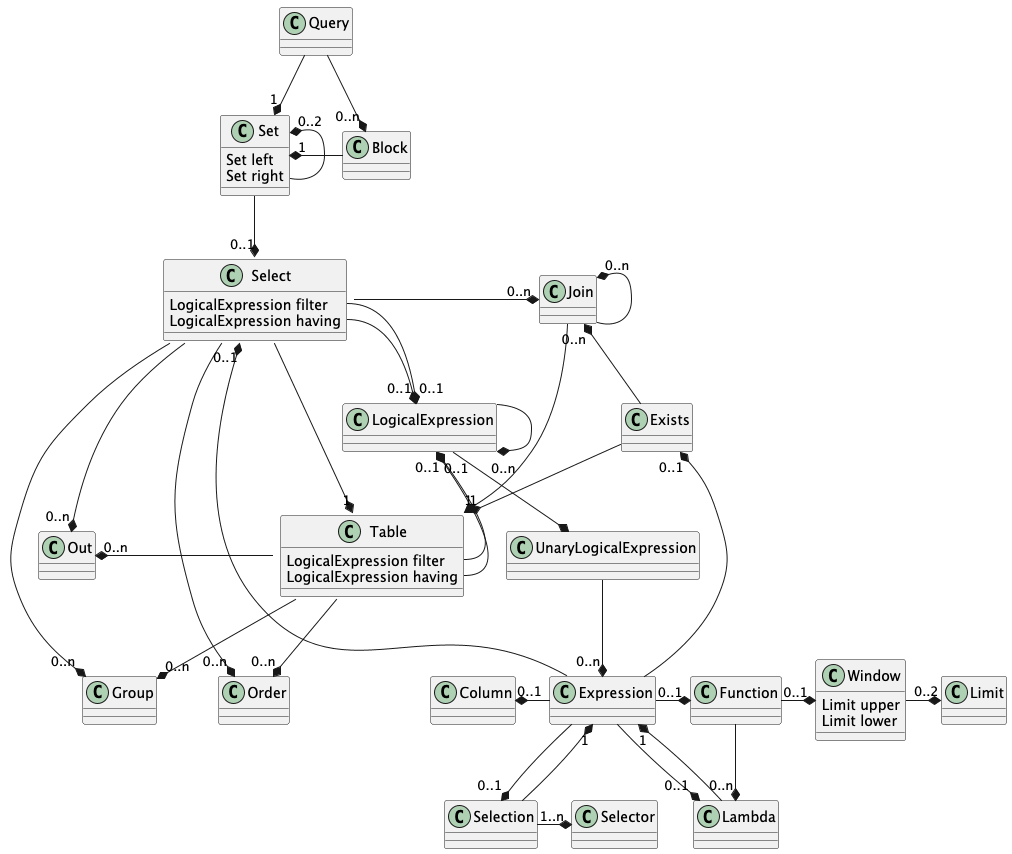
Before: docs/INTERMEDIATE_MODEL.png, a diagram exported from PlantUML (koryki-java/core).
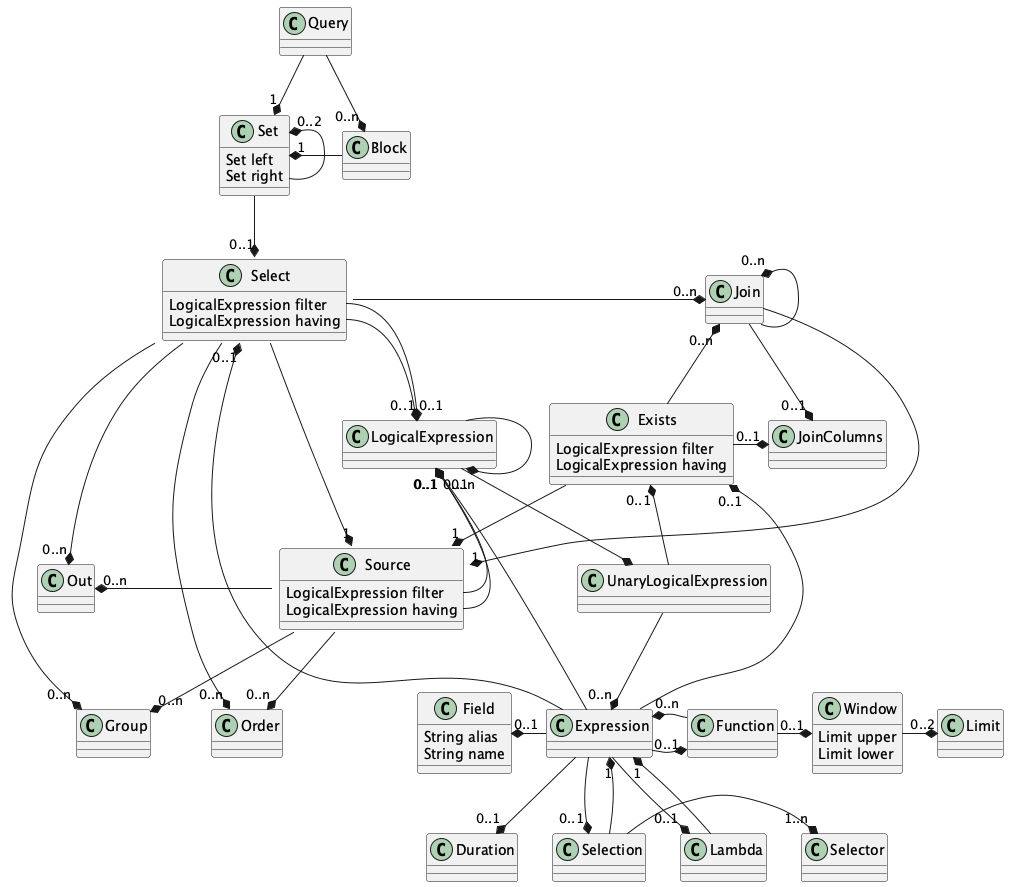
The same diagram one commit later.

Commit message:
the intermediate model diagram shows the beans as they are: Field and Source, Duration, JoinColumns, a function's arguments as expressions

Change to the diagram source:
```diff
@@ -3,10 +3,14 @@
 class Block {
 }
 
-class Column {
+class Field {
+String alias
+String name
 }
 
 class Exists {
+LogicalExpression filter
+LogicalExpression having
 }
 
 class Expression {
@@ -55,12 +59,18 @@
 Set right
 }
 
-class Table {
+class Source {
 LogicalExpression filter
 LogicalExpression having
 }
 
 class UnaryLogicalExpression {
+}
+
+class Duration {
+}
+
+class JoinColumns {
 }
 
 class Window {
@@ -78,7 +88,7 @@
 
 Query --* "1" Set
 
-Select -d-* "1" Table
+Select -d-* "1" Source
 
 Select -r-* "0..n" Join
 Select --* "0..n" Out
@@ -89,35 +99,40 @@
 Select::having -d-* "0..1" LogicalExpression
 
 Join -u-* "0..n" Join
-Join -d-* "1" Table
+Join -d-* "1" Source
+Join -r-* "0..1" JoinColumns
 
 Exists -u-* "0..n" Join
-Exists -d-* "1" Table
+Exists -d-* "1" Source
+Exists -r-* "0..1" JoinColumns
 
 
-Table -l-* "0..n" Out
-Table --* "0..n" Order
-Table --* "0..n" Group
+Source -l-* "0..n" Out
+Source --* "0..n" Order
+Source --* "0..n" Group
 
-Table::filter -l-* "0..1" LogicalExpression
-Table::having -l-* "0..1" LogicalExpression
+Source::filter -l-* "0..1" LogicalExpression
+Source::having -l-* "0..1" LogicalExpression
 
 LogicalExpression --* "0..n" LogicalExpression
 LogicalExpression -d-* UnaryLogicalExpression
 
 UnaryLogicalExpression --* "0..n" Expression
+UnaryLogicalExpression -u-* "0..1" Exists
 
-Expression -l-* "0..1" Column
+Expression -l-* "0..1" Field
 Expression -u-* "0..1" Select
 Expression -u-* "0..1" Exists
 Expression -r-* "0..1" Function
 Expression -d-* "0..1" Selection
 Expression -d-* "0..1" Lambda
+Expression -d-* "0..1" Duration
+Expression -u-* "0..1" LogicalExpression
 
 Selection -r-* "1..n" Selector
 Selection -u-* "1" Expression
 Lambda -u-* "1" Expression
-Function -d-* "0..n" Lambda
+Function -d-* "0..n" Expression
 
 Function -r-* "0..1" Window
 
```
